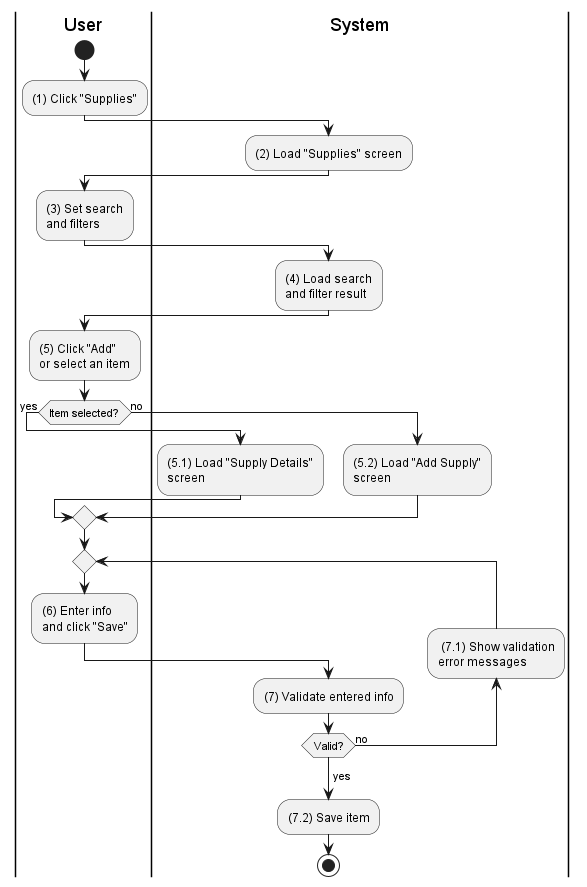
phihungha/scmss-reqs keeps this PlantUML diagram as activities/supply-manage.png. Above is the earlier version. The source it was exported from:
```plantuml
@startuml supply-manage
|u|User
|s|System

|u|
start
:(1) Click "Supplies";

|s|
:(2) Load "Supplies" screen;

|u|
:(3) Set search\nand filters;

|s|
:(4) Load search\nand filter result;

|u|
:(5) Click "Add"\nor select an item;

if (Item selected?) then (yes)
|s|
:(5.1) Load "Supply Details"\nscreen;
else (no)
:(5.2) Load "Add Supply"\nscreen;
endif

|u|
repeat
    :(6) Enter info\nand click "Save";

    |s|
    :(7) Validate entered info;
    backward: (7.1) Show validation\nerror messages;
repeat while (Valid?) is (no)
->yes;
:(7.2) Save item;
stop
@enduml
```
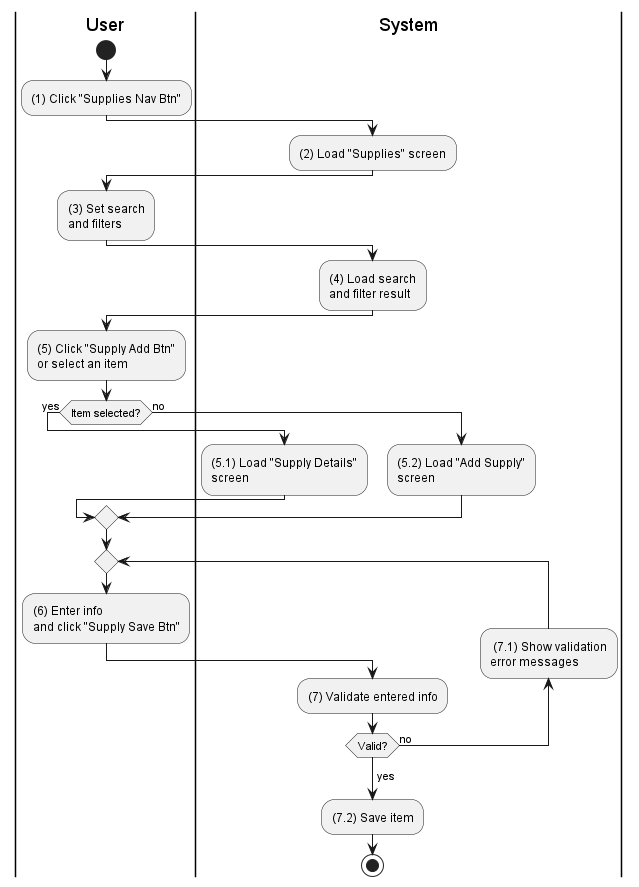
The same file after the commit.

What changed in the source:
```diff
@@ -4,7 +4,7 @@
 
 |u|
 start
-:(1) Click "Supplies";
+:(1) Click "Supplies Nav Btn";
 
 |s|
 :(2) Load "Supplies" screen;
@@ -16,7 +16,7 @@
 :(4) Load search\nand filter result;
 
 |u|
-:(5) Click "Add"\nor select an item;
+:(5) Click "Supply Add Btn"\nor select an item;
 
 if (Item selected?) then (yes)
 |s|
@@ -27,7 +27,7 @@
 
 |u|
 repeat
-    :(6) Enter info\nand click "Save";
+    :(6) Enter info\nand click "Supply Save Btn";
 
     |s|
     :(7) Validate entered info;
```
